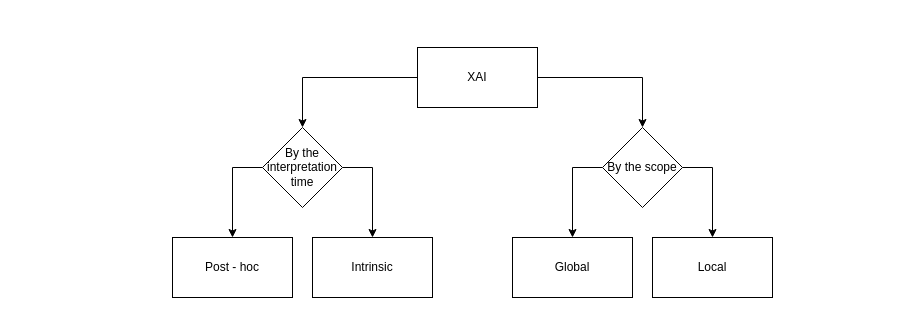
This is figs/XAIClassify.drawio from bobkatla/Honours_SafeRLWithXAI, a draw.io file, before an edit. Source tidied: cells renumbered, new cells numbered last; positions are measured from the earlier drawing's top-left corner, leaving out a move shared by most shapes. Both pictures are drawn from the tidied source at 100%, with x=0, y=0 at pixel (172, 47).
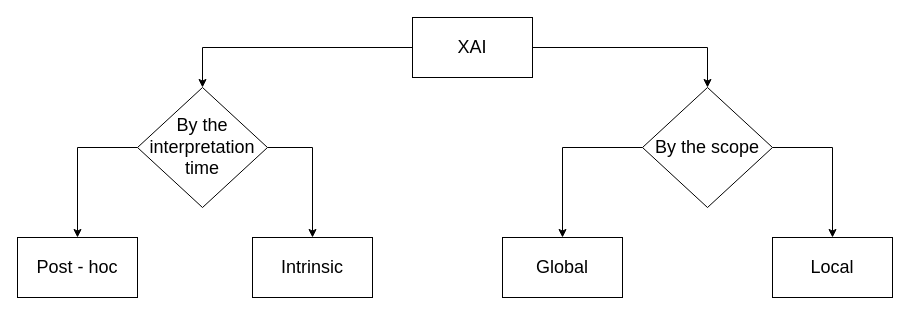
The same diagram, later.

Change to the diagram source:
```diff
@@
 <mxGraphModel>
   <root>
     <mxCell id="0" />
     <mxCell id="1" parent="0" />
-    <mxCell id="2" style="edgeStyle=orthogonalEdgeStyle;rounded=0;jettySize=auto;html=1;entryX=0.5;entryY=0;entryDx=0;entryDy=0;" parent="1" edge="1" source="4" target="10">
+    <mxCell id="2" style="edgeStyle=orthogonalEdgeStyle;rounded=0;jettySize=auto;html=1;entryX=0.5;entryY=0;entryDx=0;entryDy=0;fontSize=18;" parent="1" edge="1" source="4" target="10">
       <mxGeometry relative="1" as="geometry" />
     </mxCell>
-    <mxCell id="3" style="edgeStyle=orthogonalEdgeStyle;rounded=0;jettySize=auto;html=1;entryX=0.5;entryY=0;entryDx=0;entryDy=0;" parent="1" edge="1" source="4" target="7">
+    <mxCell id="3" style="edgeStyle=orthogonalEdgeStyle;rounded=0;jettySize=auto;html=1;entryX=0.5;entryY=0;entryDx=0;entryDy=0;fontSize=18;" parent="1" edge="1" source="4" target="7">
       <mxGeometry relative="1" as="geometry" />
     </mxCell>
-    <mxCell id="4" value="XAI" style="rounded=0;whiteSpace=wrap;html=1;" parent="1" vertex="1">
-      <mxGeometry x="245" width="120" height="60" as="geometry" />
+    <mxCell id="4" value="XAI" style="rounded=0;whiteSpace=wrap;html=1;fontSize=18;" parent="1" vertex="1">
+      <mxGeometry x="240" y="-30" width="120" height="60" as="geometry" />
     </mxCell>
-    <mxCell id="5" style="edgeStyle=orthogonalEdgeStyle;rounded=0;jettySize=auto;html=1;exitX=0;exitY=0.5;exitDx=0;exitDy=0;entryX=0.5;entryY=0;entryDx=0;entryDy=0;" parent="1" edge="1" source="7" target="11">
+    <mxCell id="5" style="edgeStyle=orthogonalEdgeStyle;rounded=0;jettySize=auto;html=1;exitX=0;exitY=0.5;exitDx=0;exitDy=0;entryX=0.5;entryY=0;entryDx=0;entryDy=0;fontSize=18;" parent="1" edge="1" source="7" target="11">
       <mxGeometry relative="1" as="geometry" />
     </mxCell>
-    <mxCell id="6" style="edgeStyle=orthogonalEdgeStyle;rounded=0;jettySize=auto;html=1;exitX=1;exitY=0.5;exitDx=0;exitDy=0;entryX=0.5;entryY=0;entryDx=0;entryDy=0;" parent="1" edge="1" source="7" target="12">
+    <mxCell id="6" style="edgeStyle=orthogonalEdgeStyle;rounded=0;jettySize=auto;html=1;exitX=1;exitY=0.5;exitDx=0;exitDy=0;entryX=0.5;entryY=0;entryDx=0;entryDy=0;fontSize=18;" parent="1" edge="1" source="7" target="12">
       <mxGeometry relative="1" as="geometry" />
     </mxCell>
-    <mxCell id="7" value="By the interpretation time" style="rhombus;whiteSpace=wrap;html=1;" parent="1" vertex="1">
-      <mxGeometry x="90" y="80" width="80" height="80" as="geometry" />
+    <mxCell id="7" value="By the interpretation time" style="rhombus;whiteSpace=wrap;html=1;fontSize=18;" parent="1" vertex="1">
+      <mxGeometry x="-35" y="40" width="130" height="120" as="geometry" />
     </mxCell>
-    <mxCell id="8" style="edgeStyle=orthogonalEdgeStyle;rounded=0;jettySize=auto;html=1;exitX=0;exitY=0.5;exitDx=0;exitDy=0;entryX=0.5;entryY=0;entryDx=0;entryDy=0;" parent="1" edge="1" source="10" target="14">
+    <mxCell id="8" style="edgeStyle=orthogonalEdgeStyle;rounded=0;jettySize=auto;html=1;exitX=0;exitY=0.5;exitDx=0;exitDy=0;entryX=0.5;entryY=0;entryDx=0;entryDy=0;fontSize=18;" parent="1" edge="1" source="10" target="14">
       <mxGeometry relative="1" as="geometry" />
     </mxCell>
-    <mxCell id="9" style="edgeStyle=orthogonalEdgeStyle;rounded=0;jettySize=auto;html=1;exitX=1;exitY=0.5;exitDx=0;exitDy=0;" parent="1" edge="1" source="10" target="13">
+    <mxCell id="9" style="edgeStyle=orthogonalEdgeStyle;rounded=0;jettySize=auto;html=1;exitX=1;exitY=0.5;exitDx=0;exitDy=0;fontSize=18;" parent="1" edge="1" source="10" target="13">
       <mxGeometry relative="1" as="geometry" />
     </mxCell>
-    <mxCell id="10" value="By the scope" style="rhombus;whiteSpace=wrap;html=1;" parent="1" vertex="1">
-      <mxGeometry x="430" y="80" width="80" height="80" as="geometry" />
+    <mxCell id="10" value="By the scope" style="rhombus;whiteSpace=wrap;html=1;fontSize=18;" parent="1" vertex="1">
+      <mxGeometry x="470" y="40" width="130" height="120" as="geometry" />
     </mxCell>
-    <mxCell id="11" value="Post - hoc" style="rounded=0;whiteSpace=wrap;html=1;" parent="1" vertex="1">
-      <mxGeometry y="190" width="120" height="60" as="geometry" />
+    <mxCell id="11" value="Post - hoc" style="rounded=0;whiteSpace=wrap;html=1;fontSize=18;" parent="1" vertex="1">
+      <mxGeometry x="-155" y="190" width="120" height="60" as="geometry" />
     </mxCell>
-    <mxCell id="12" value="Intrinsic" style="rounded=0;whiteSpace=wrap;html=1;" parent="1" vertex="1">
-      <mxGeometry x="140" y="190" width="120" height="60" as="geometry" />
+    <mxCell id="12" value="Intrinsic" style="rounded=0;whiteSpace=wrap;html=1;fontSize=18;" parent="1" vertex="1">
+      <mxGeometry x="80" y="190" width="120" height="60" as="geometry" />
     </mxCell>
-    <mxCell id="13" value="Local" style="rounded=0;whiteSpace=wrap;html=1;" parent="1" vertex="1">
-      <mxGeometry x="480" y="190" width="120" height="60" as="geometry" />
+    <mxCell id="13" value="Local" style="rounded=0;whiteSpace=wrap;html=1;fontSize=18;" parent="1" vertex="1">
+      <mxGeometry x="600" y="190" width="120" height="60" as="geometry" />
     </mxCell>
-    <mxCell id="14" value="Global" style="rounded=0;whiteSpace=wrap;html=1;" parent="1" vertex="1">
-      <mxGeometry x="340" y="190" width="120" height="60" as="geometry" />
+    <mxCell id="14" value="Global" style="rounded=0;whiteSpace=wrap;html=1;fontSize=18;" parent="1" vertex="1">
+      <mxGeometry x="330" y="190" width="120" height="60" as="geometry" />
     </mxCell>
   </root>
 </mxGraphModel>
```
